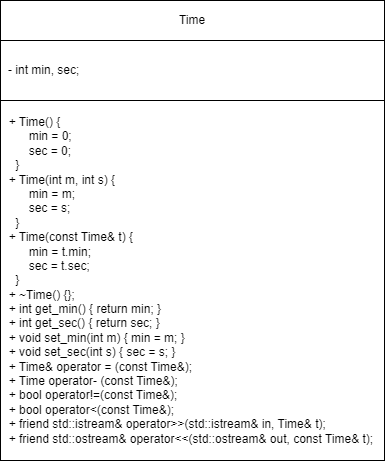
The draw.io diagram 2 Семестр/Class/Лаба 3/Лаба 3 Классы.png in IlyaFedoseev227/LABS-PNRPU-IVT-22-1b, before a commit. Source tidied: cells renumbered, new cells last; positions are measured from the earlier drawing's top-left corner, leaving out a move shared by most shapes. Source of this version:
```xml
<mxGraphModel>
  <root>
    <mxCell id="0" />
    <mxCell id="1" parent="0" />
    <mxCell id="2" style="rounded=0;whiteSpace=wrap;html=1;" parent="1" vertex="1">
      <mxGeometry width="384" height="460" as="geometry" />
    </mxCell>
    <mxCell id="3" value="Time" style="rounded=0;whiteSpace=wrap;html=1;" parent="1" vertex="1">
      <mxGeometry width="384" height="40" as="geometry" />
    </mxCell>
    <mxCell id="4" value="&lt;div style=&quot;text-align: left;&quot;&gt;&lt;/div&gt;" style="rounded=0;whiteSpace=wrap;html=1;" parent="1" vertex="1">
      <mxGeometry y="40" width="384" height="60" as="geometry" />
    </mxCell>
    <mxCell id="5" value="&lt;div style=&quot;border-color: var(--border-color);&quot;&gt;&lt;div style=&quot;border-color: var(--border-color);&quot;&gt;- int min, sec;&lt;br&gt;&lt;/div&gt;&lt;/div&gt;" style="text;html=1;align=left;verticalAlign=middle;strokeColor=none;fillColor=none;" parent="1" vertex="1">
      <mxGeometry x="6" y="55" width="90" height="30" as="geometry" />
    </mxCell>
    <mxCell id="6" value="&lt;div&gt;&amp;nbsp; + Time() {&lt;span style=&quot;&quot;&gt;&lt;/span&gt;&lt;/div&gt;&lt;div&gt;&lt;span style=&quot;&quot;&gt;&lt;span style=&quot;&quot;&gt;&lt;span style=&quot;white-space: pre;&quot;&gt;&amp;nbsp;&amp;nbsp;&amp;nbsp;&amp;nbsp;&lt;/span&gt;&lt;span style=&quot;white-space: pre;&quot;&gt;&amp;nbsp;&amp;nbsp;&amp;nbsp;&amp;nbsp;&lt;/span&gt;&lt;/span&gt;min = 0;&lt;/span&gt;&lt;/div&gt;&lt;div&gt;&lt;span style=&quot;&quot;&gt;&lt;span style=&quot;&quot;&gt;&lt;span style=&quot;white-space: pre;&quot;&gt;&amp;nbsp;&amp;nbsp;&amp;nbsp;&amp;nbsp;&lt;/span&gt;&lt;span style=&quot;white-space: pre;&quot;&gt;&amp;nbsp;&amp;nbsp;&amp;nbsp;&amp;nbsp;&lt;/span&gt;&lt;/span&gt;sec = 0;&lt;/span&gt;&lt;/div&gt;&lt;div&gt;&lt;span style=&quot;&quot;&gt;&lt;span style=&quot;&quot;&gt;&lt;span style=&quot;white-space: pre;&quot;&gt;&amp;nbsp;&amp;nbsp;&amp;nbsp;&amp;nbsp;&lt;/span&gt;&lt;/span&gt;}&lt;/span&gt;&lt;/div&gt;&lt;div&gt;&lt;span style=&quot;&quot;&gt;&lt;span style=&quot;&quot;&gt;&lt;span style=&quot;white-space: pre;&quot;&gt;&amp;nbsp;&amp;nbsp;+ &lt;/span&gt;&lt;/span&gt;Time(int m, int s) {&lt;/span&gt;&lt;/div&gt;&lt;div&gt;&lt;span style=&quot;&quot;&gt;&lt;span style=&quot;&quot;&gt;&lt;span style=&quot;white-space: pre;&quot;&gt;&amp;nbsp;&amp;nbsp;&amp;nbsp;&amp;nbsp;&lt;/span&gt;&lt;span style=&quot;white-space: pre;&quot;&gt;&amp;nbsp;&amp;nbsp;&amp;nbsp;&amp;nbsp;&lt;/span&gt;&lt;/span&gt;min = m;&lt;/span&gt;&lt;/div&gt;&lt;div&gt;&lt;span style=&quot;&quot;&gt;&lt;span style=&quot;&quot;&gt;&lt;span style=&quot;white-space: pre;&quot;&gt;&amp;nbsp;&amp;nbsp;&amp;nbsp;&amp;nbsp;&lt;/span&gt;&lt;span style=&quot;white-space: pre;&quot;&gt;&amp;nbsp;&amp;nbsp;&amp;nbsp;&amp;nbsp;&lt;/span&gt;&lt;/span&gt;sec = s;&lt;/span&gt;&lt;/div&gt;&lt;div&gt;&lt;span style=&quot;&quot;&gt;&lt;span style=&quot;&quot;&gt;&lt;span style=&quot;white-space: pre;&quot;&gt;&amp;nbsp;&amp;nbsp;&amp;nbsp;&amp;nbsp;&lt;/span&gt;&lt;/span&gt;}&lt;/span&gt;&lt;/div&gt;&lt;div&gt;&lt;span style=&quot;&quot;&gt;&lt;span style=&quot;&quot;&gt;&lt;span style=&quot;white-space: pre;&quot;&gt;&amp;nbsp;&amp;nbsp;+ &lt;/span&gt;&lt;/span&gt;Time(const Time&amp;amp; t) {&lt;/span&gt;&lt;/div&gt;&lt;div&gt;&lt;span style=&quot;&quot;&gt;&lt;span style=&quot;&quot;&gt;&lt;span style=&quot;white-space: pre;&quot;&gt;&amp;nbsp;&amp;nbsp;&amp;nbsp;&amp;nbsp;&lt;/span&gt;&lt;span style=&quot;white-space: pre;&quot;&gt;&amp;nbsp;&amp;nbsp;&amp;nbsp;&amp;nbsp;&lt;/span&gt;&lt;/span&gt;min = t.min;&lt;/span&gt;&lt;/div&gt;&lt;div&gt;&lt;span style=&quot;&quot;&gt;&lt;span style=&quot;&quot;&gt;&lt;span style=&quot;white-space: pre;&quot;&gt;&amp;nbsp;&amp;nbsp;&amp;nbsp;&amp;nbsp;&lt;/span&gt;&lt;span style=&quot;white-space: pre;&quot;&gt;&amp;nbsp;&amp;nbsp;&amp;nbsp;&amp;nbsp;&lt;/span&gt;&lt;/span&gt;sec = t.sec;&lt;/span&gt;&lt;/div&gt;&lt;div&gt;&lt;span style=&quot;&quot;&gt;&lt;span style=&quot;&quot;&gt;&lt;span style=&quot;white-space: pre;&quot;&gt;&amp;nbsp;&amp;nbsp;&amp;nbsp;&amp;nbsp;&lt;/span&gt;&lt;/span&gt;}&lt;/span&gt;&lt;/div&gt;&lt;div&gt;&lt;span style=&quot;&quot;&gt;&lt;span style=&quot;&quot;&gt;&lt;span style=&quot;white-space: pre;&quot;&gt;&amp;nbsp;&amp;nbsp;+ &lt;/span&gt;&lt;/span&gt;~Time() {};&lt;/span&gt;&lt;/div&gt;&lt;div&gt;&lt;span style=&quot;&quot;&gt;&lt;span style=&quot;&quot;&gt;&lt;span style=&quot;white-space: pre;&quot;&gt;&amp;nbsp;&amp;nbsp;+&amp;nbsp;&lt;/span&gt;&lt;/span&gt;int get_min() { return min; }&lt;/span&gt;&lt;/div&gt;&lt;div&gt;&lt;span style=&quot;&quot;&gt;&lt;span style=&quot;&quot;&gt;&lt;span style=&quot;white-space: pre;&quot;&gt;&amp;nbsp;&amp;nbsp;+&amp;nbsp;&lt;/span&gt;&lt;/span&gt;int get_sec() { return sec; }&lt;/span&gt;&lt;/div&gt;&lt;div&gt;&lt;span style=&quot;&quot;&gt;&lt;span style=&quot;&quot;&gt;&lt;span style=&quot;white-space: pre;&quot;&gt;&amp;nbsp;&amp;nbsp;+&amp;nbsp;&lt;/span&gt;&lt;/span&gt;void set_min(int m) { min = m; }&lt;/span&gt;&lt;/div&gt;&lt;div&gt;&lt;span style=&quot;&quot;&gt;&lt;span style=&quot;&quot;&gt;&lt;span style=&quot;white-space: pre;&quot;&gt;&amp;nbsp;&amp;nbsp;+ &lt;/span&gt;&lt;/span&gt;void set_sec(int s) { sec = s; }&lt;/span&gt;&lt;/div&gt;&lt;div&gt;&lt;span style=&quot;&quot;&gt;&lt;span style=&quot;&quot;&gt;&lt;span style=&quot;white-space: pre;&quot;&gt;&amp;nbsp;&amp;nbsp;+ &lt;/span&gt;&lt;/span&gt;Time&amp;amp; operator = (const Time&amp;amp;);&lt;/span&gt;&lt;/div&gt;&lt;div&gt;&lt;span style=&quot;&quot;&gt;&lt;span style=&quot;&quot;&gt;&lt;span style=&quot;white-space: pre;&quot;&gt;&amp;nbsp;&amp;nbsp;+ &lt;/span&gt;&lt;/span&gt;Time operator- (const Time&amp;amp;);&lt;/span&gt;&lt;/div&gt;&lt;div&gt;&lt;span style=&quot;&quot;&gt;&lt;span style=&quot;&quot;&gt;&lt;span style=&quot;white-space: pre;&quot;&gt;&amp;nbsp;&amp;nbsp;+ &lt;/span&gt;&lt;/span&gt;bool operator!=(const Time&amp;amp;);&lt;/span&gt;&lt;/div&gt;&lt;div&gt;&lt;span style=&quot;&quot;&gt;&lt;span style=&quot;&quot;&gt;&lt;span style=&quot;white-space: pre;&quot;&gt;&amp;nbsp;&amp;nbsp;+ &lt;/span&gt;&lt;/span&gt;bool operator&amp;lt;(const Time&amp;amp;);&lt;/span&gt;&lt;/div&gt;&lt;div&gt;&lt;span style=&quot;&quot;&gt;&lt;span style=&quot;&quot;&gt;&lt;span style=&quot;white-space: pre;&quot;&gt;&amp;nbsp;&amp;nbsp;+ &lt;/span&gt;&lt;/span&gt;friend std::istream&amp;amp; operator&amp;gt;&amp;gt;(std::istream&amp;amp; in, Time&amp;amp; t);&lt;/span&gt;&lt;/div&gt;&lt;div&gt;&lt;span style=&quot;&quot;&gt;&lt;span style=&quot;&quot;&gt;&lt;span style=&quot;white-space: pre;&quot;&gt;&amp;nbsp;&amp;nbsp;+ &lt;/span&gt;&lt;/span&gt;friend std::ostream&amp;amp; operator&amp;lt;&amp;lt;(std::ostream&amp;amp; out, const Time&amp;amp; t);&lt;/span&gt;&lt;/div&gt;" style="text;html=1;align=left;verticalAlign=middle;strokeColor=none;fillColor=none;" parent="1" vertex="1">
      <mxGeometry y="110" width="390" height="340" as="geometry" />
    </mxCell>
  </root>
</mxGraphModel>
```
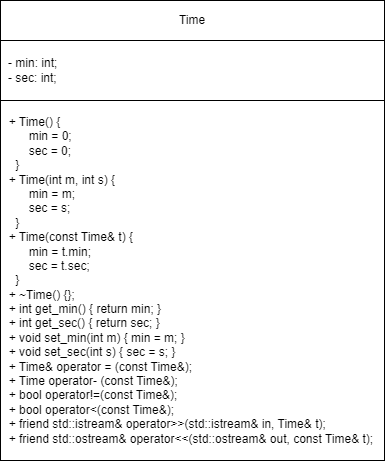
Above is the later version.

Diff of the diagram source:
```diff
@@ -11,8 +11,8 @@
     <mxCell id="4" value="&lt;div style=&quot;text-align: left;&quot;&gt;&lt;/div&gt;" style="rounded=0;whiteSpace=wrap;html=1;" parent="1" vertex="1">
       <mxGeometry y="40" width="384" height="60" as="geometry" />
     </mxCell>
-    <mxCell id="5" value="&lt;div style=&quot;border-color: var(--border-color);&quot;&gt;&lt;div style=&quot;border-color: var(--border-color);&quot;&gt;- int min, sec;&lt;br&gt;&lt;/div&gt;&lt;/div&gt;" style="text;html=1;align=left;verticalAlign=middle;strokeColor=none;fillColor=none;" parent="1" vertex="1">
-      <mxGeometry x="6" y="55" width="90" height="30" as="geometry" />
+    <mxCell id="5" value="&lt;div style=&quot;border-color: var(--border-color);&quot;&gt;&lt;div style=&quot;border-color: var(--border-color);&quot;&gt;- min: int;&lt;br&gt;&lt;/div&gt;&lt;div style=&quot;border-color: var(--border-color);&quot;&gt;- sec: int;&lt;/div&gt;&lt;/div&gt;" style="text;html=1;align=left;verticalAlign=middle;strokeColor=none;fillColor=none;" parent="1" vertex="1">
+      <mxGeometry x="6" y="50" width="70" height="40" as="geometry" />
     </mxCell>
     <mxCell id="6" value="&lt;div&gt;&amp;nbsp; + Time() {&lt;span style=&quot;&quot;&gt;&lt;/span&gt;&lt;/div&gt;&lt;div&gt;&lt;span style=&quot;&quot;&gt;&lt;span style=&quot;&quot;&gt;&lt;span style=&quot;white-space: pre;&quot;&gt;&amp;nbsp;&amp;nbsp;&amp;nbsp;&amp;nbsp;&lt;/span&gt;&lt;span style=&quot;white-space: pre;&quot;&gt;&amp;nbsp;&amp;nbsp;&amp;nbsp;&amp;nbsp;&lt;/span&gt;&lt;/span&gt;min = 0;&lt;/span&gt;&lt;/div&gt;&lt;div&gt;&lt;span style=&quot;&quot;&gt;&lt;span style=&quot;&quot;&gt;&lt;span style=&quot;white-space: pre;&quot;&gt;&amp;nbsp;&amp;nbsp;&amp;nbsp;&amp;nbsp;&lt;/span&gt;&lt;span style=&quot;white-space: pre;&quot;&gt;&amp;nbsp;&amp;nbsp;&amp;nbsp;&amp;nbsp;&lt;/span&gt;&lt;/span&gt;sec = 0;&lt;/span&gt;&lt;/div&gt;&lt;div&gt;&lt;span style=&quot;&quot;&gt;&lt;span style=&quot;&quot;&gt;&lt;span style=&quot;white-space: pre;&quot;&gt;&amp;nbsp;&amp;nbsp;&amp;nbsp;&amp;nbsp;&lt;/span&gt;&lt;/span&gt;}&lt;/span&gt;&lt;/div&gt;&lt;div&gt;&lt;span style=&quot;&quot;&gt;&lt;span style=&quot;&quot;&gt;&lt;span style=&quot;white-space: pre;&quot;&gt;&amp;nbsp;&amp;nbsp;+ &lt;/span&gt;&lt;/span&gt;Time(int m, int s) {&lt;/span&gt;&lt;/div&gt;&lt;div&gt;&lt;span style=&quot;&quot;&gt;&lt;span style=&quot;&quot;&gt;&lt;span style=&quot;white-space: pre;&quot;&gt;&amp;nbsp;&amp;nbsp;&amp;nbsp;&amp;nbsp;&lt;/span&gt;&lt;span style=&quot;white-space: pre;&quot;&gt;&amp;nbsp;&amp;nbsp;&amp;nbsp;&amp;nbsp;&lt;/span&gt;&lt;/span&gt;min = m;&lt;/span&gt;&lt;/div&gt;&lt;div&gt;&lt;span style=&quot;&quot;&gt;&lt;span style=&quot;&quot;&gt;&lt;span style=&quot;white-space: pre;&quot;&gt;&amp;nbsp;&amp;nbsp;&amp;nbsp;&amp;nbsp;&lt;/span&gt;&lt;span style=&quot;white-space: pre;&quot;&gt;&amp;nbsp;&amp;nbsp;&amp;nbsp;&amp;nbsp;&lt;/span&gt;&lt;/span&gt;sec = s;&lt;/span&gt;&lt;/div&gt;&lt;div&gt;&lt;span style=&quot;&quot;&gt;&lt;span style=&quot;&quot;&gt;&lt;span style=&quot;white-space: pre;&quot;&gt;&amp;nbsp;&amp;nbsp;&amp;nbsp;&amp;nbsp;&lt;/span&gt;&lt;/span&gt;}&lt;/span&gt;&lt;/div&gt;&lt;div&gt;&lt;span style=&quot;&quot;&gt;&lt;span style=&quot;&quot;&gt;&lt;span style=&quot;white-space: pre;&quot;&gt;&amp;nbsp;&amp;nbsp;+ &lt;/span&gt;&lt;/span&gt;Time(const Time&amp;amp; t) {&lt;/span&gt;&lt;/div&gt;&lt;div&gt;&lt;span style=&quot;&quot;&gt;&lt;span style=&quot;&quot;&gt;&lt;span style=&quot;white-space: pre;&quot;&gt;&amp;nbsp;&amp;nbsp;&amp;nbsp;&amp;nbsp;&lt;/span&gt;&lt;span style=&quot;white-space: pre;&quot;&gt;&amp;nbsp;&amp;nbsp;&amp;nbsp;&amp;nbsp;&lt;/span&gt;&lt;/span&gt;min = t.min;&lt;/span&gt;&lt;/div&gt;&lt;div&gt;&lt;span style=&quot;&quot;&gt;&lt;span style=&quot;&quot;&gt;&lt;span style=&quot;white-space: pre;&quot;&gt;&amp;nbsp;&amp;nbsp;&amp;nbsp;&amp;nbsp;&lt;/span&gt;&lt;span style=&quot;white-space: pre;&quot;&gt;&amp;nbsp;&amp;nbsp;&amp;nbsp;&amp;nbsp;&lt;/span&gt;&lt;/span&gt;sec = t.sec;&lt;/span&gt;&lt;/div&gt;&lt;div&gt;&lt;span style=&quot;&quot;&gt;&lt;span style=&quot;&quot;&gt;&lt;span style=&quot;white-space: pre;&quot;&gt;&amp;nbsp;&amp;nbsp;&amp;nbsp;&amp;nbsp;&lt;/span&gt;&lt;/span&gt;}&lt;/span&gt;&lt;/div&gt;&lt;div&gt;&lt;span style=&quot;&quot;&gt;&lt;span style=&quot;&quot;&gt;&lt;span style=&quot;white-space: pre;&quot;&gt;&amp;nbsp;&amp;nbsp;+ &lt;/span&gt;&lt;/span&gt;~Time() {};&lt;/span&gt;&lt;/div&gt;&lt;div&gt;&lt;span style=&quot;&quot;&gt;&lt;span style=&quot;&quot;&gt;&lt;span style=&quot;white-space: pre;&quot;&gt;&amp;nbsp;&amp;nbsp;+&amp;nbsp;&lt;/span&gt;&lt;/span&gt;int get_min() { return min; }&lt;/span&gt;&lt;/div&gt;&lt;div&gt;&lt;span style=&quot;&quot;&gt;&lt;span style=&quot;&quot;&gt;&lt;span style=&quot;white-space: pre;&quot;&gt;&amp;nbsp;&amp;nbsp;+&amp;nbsp;&lt;/span&gt;&lt;/span&gt;int get_sec() { return sec; }&lt;/span&gt;&lt;/div&gt;&lt;div&gt;&lt;span style=&quot;&quot;&gt;&lt;span style=&quot;&quot;&gt;&lt;span style=&quot;white-space: pre;&quot;&gt;&amp;nbsp;&amp;nbsp;+&amp;nbsp;&lt;/span&gt;&lt;/span&gt;void set_min(int m) { min = m; }&lt;/span&gt;&lt;/div&gt;&lt;div&gt;&lt;span style=&quot;&quot;&gt;&lt;span style=&quot;&quot;&gt;&lt;span style=&quot;white-space: pre;&quot;&gt;&amp;nbsp;&amp;nbsp;+ &lt;/span&gt;&lt;/span&gt;void set_sec(int s) { sec = s; }&lt;/span&gt;&lt;/div&gt;&lt;div&gt;&lt;span style=&quot;&quot;&gt;&lt;span style=&quot;&quot;&gt;&lt;span style=&quot;white-space: pre;&quot;&gt;&amp;nbsp;&amp;nbsp;+ &lt;/span&gt;&lt;/span&gt;Time&amp;amp; operator = (const Time&amp;amp;);&lt;/span&gt;&lt;/div&gt;&lt;div&gt;&lt;span style=&quot;&quot;&gt;&lt;span style=&quot;&quot;&gt;&lt;span style=&quot;white-space: pre;&quot;&gt;&amp;nbsp;&amp;nbsp;+ &lt;/span&gt;&lt;/span&gt;Time operator- (const Time&amp;amp;);&lt;/span&gt;&lt;/div&gt;&lt;div&gt;&lt;span style=&quot;&quot;&gt;&lt;span style=&quot;&quot;&gt;&lt;span style=&quot;white-space: pre;&quot;&gt;&amp;nbsp;&amp;nbsp;+ &lt;/span&gt;&lt;/span&gt;bool operator!=(const Time&amp;amp;);&lt;/span&gt;&lt;/div&gt;&lt;div&gt;&lt;span style=&quot;&quot;&gt;&lt;span style=&quot;&quot;&gt;&lt;span style=&quot;white-space: pre;&quot;&gt;&amp;nbsp;&amp;nbsp;+ &lt;/span&gt;&lt;/span&gt;bool operator&amp;lt;(const Time&amp;amp;);&lt;/span&gt;&lt;/div&gt;&lt;div&gt;&lt;span style=&quot;&quot;&gt;&lt;span style=&quot;&quot;&gt;&lt;span style=&quot;white-space: pre;&quot;&gt;&amp;nbsp;&amp;nbsp;+ &lt;/span&gt;&lt;/span&gt;friend std::istream&amp;amp; operator&amp;gt;&amp;gt;(std::istream&amp;amp; in, Time&amp;amp; t);&lt;/span&gt;&lt;/div&gt;&lt;div&gt;&lt;span style=&quot;&quot;&gt;&lt;span style=&quot;&quot;&gt;&lt;span style=&quot;white-space: pre;&quot;&gt;&amp;nbsp;&amp;nbsp;+ &lt;/span&gt;&lt;/span&gt;friend std::ostream&amp;amp; operator&amp;lt;&amp;lt;(std::ostream&amp;amp; out, const Time&amp;amp; t);&lt;/span&gt;&lt;/div&gt;" style="text;html=1;align=left;verticalAlign=middle;strokeColor=none;fillColor=none;" parent="1" vertex="1">
       <mxGeometry y="110" width="390" height="340" as="geometry" />
```
